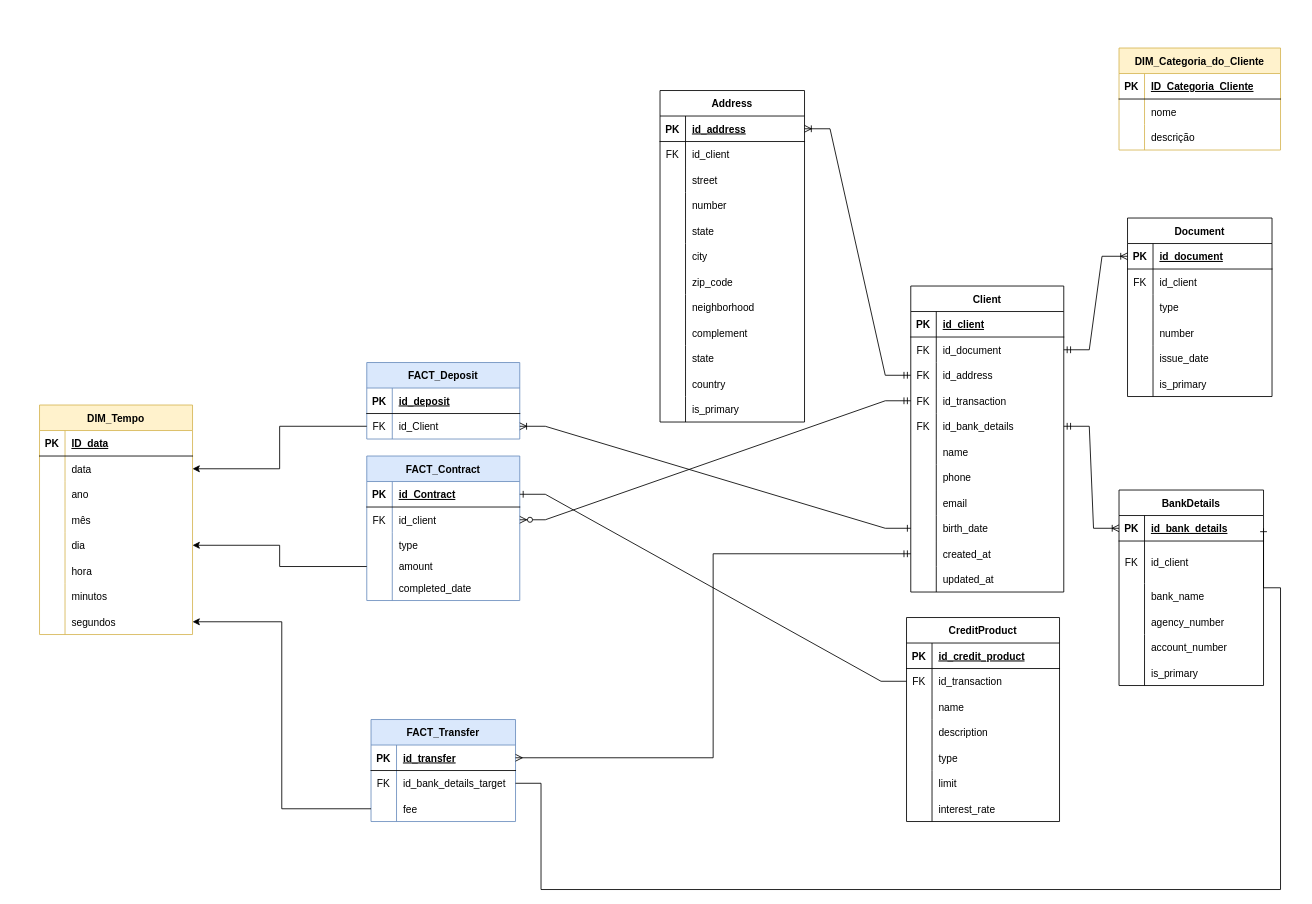
This is parte-1-v0.2.drawio from AnthonyMoura/random, a draw.io file, before an edit. Source tidied: cells renumbered, new cells numbered last; positions are measured from the earlier drawing's top-left corner, leaving out a move shared by most shapes. Both pictures are drawn from the tidied source at 85%, with x=0, y=0 at pixel (39, 48).
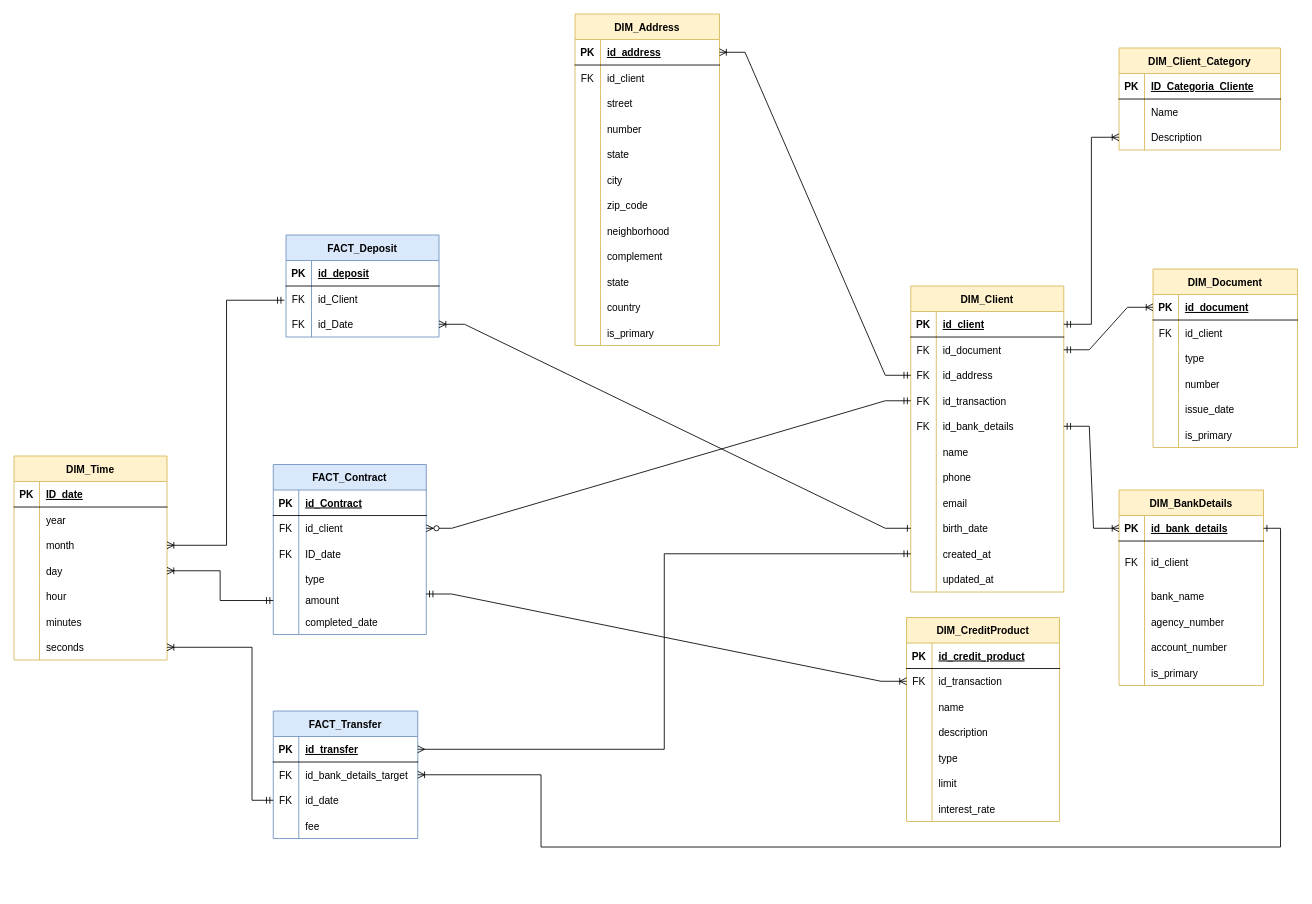
The same page after the edit.

The change refers to these unchanged cells:
```xml
<mxCell id="3" style="shape=tableRow;horizontal=0;startSize=0;swimlaneHead=0;swimlaneBody=0;fillColor=none;points=[[0,0.5],[1,0.5]];portConstraint=eastwest;top=0;left=0;right=0;bottom=1;" parent="2" vertex="1">
  <mxGeometry y="30" width="180" height="30" as="geometry" />
</mxCell>
<mxCell id="12" style="shape=tableRow;horizontal=0;startSize=0;swimlaneHead=0;swimlaneBody=0;fillColor=none;points=[[0,0.5],[1,0.5]];portConstraint=eastwest;top=0;left=0;right=0;bottom=0;" parent="2" vertex="1">
  <mxGeometry y="120" width="180" height="30" as="geometry" />
</mxCell>
<mxCell id="47" style="shape=tableRow;horizontal=0;startSize=0;swimlaneHead=0;swimlaneBody=0;fillColor=none;points=[[0,0.5],[1,0.5]];portConstraint=eastwest;top=0;left=0;right=0;bottom=0;" parent="43" vertex="1">
  <mxGeometry y="60" width="180" height="30" as="geometry" />
</mxCell>
<mxCell id="66" style="shape=tableRow;horizontal=0;startSize=0;swimlaneHead=0;swimlaneBody=0;fillColor=none;points=[[0,0.5],[1,0.5]];portConstraint=eastwest;top=0;left=0;right=0;bottom=1;" parent="65" vertex="1">
  <mxGeometry y="30" width="180" height="30" as="geometry" />
</mxCell>
<mxCell id="69" style="shape=tableRow;horizontal=0;startSize=0;swimlaneHead=0;swimlaneBody=0;fillColor=none;points=[[0,0.5],[1,0.5]];portConstraint=eastwest;top=0;left=0;right=0;bottom=0;" parent="65" vertex="1">
  <mxGeometry y="60" width="180" height="30" as="geometry" />
</mxCell>
<mxCell id="85" style="shape=tableRow;horizontal=0;startSize=0;swimlaneHead=0;swimlaneBody=0;fillColor=none;points=[[0,0.5],[1,0.5]];portConstraint=eastwest;top=0;left=0;right=0;bottom=0;" parent="81" vertex="1">
  <mxGeometry y="60" width="170" height="30" as="geometry" />
</mxCell>
<mxCell id="148" style="shape=tableRow;horizontal=0;startSize=0;swimlaneHead=0;swimlaneBody=0;fillColor=none;points=[[0,0.5],[1,0.5]];portConstraint=eastwest;top=0;left=0;right=0;bottom=1;" parent="147" vertex="1">
  <mxGeometry y="30" width="170" height="30" as="geometry" />
</mxCell>
<mxCell id="174" style="shape=tableRow;horizontal=0;startSize=0;swimlaneHead=0;swimlaneBody=0;fillColor=none;top=0;left=0;right=0;bottom=1;" parent="173" vertex="1">
  <mxGeometry y="30" width="180" height="30" as="geometry" />
</mxCell>
<mxCell id="203" style="shape=tableRow;horizontal=0;startSize=0;swimlaneHead=0;swimlaneBody=0;fillColor=none;top=0;left=0;right=0;bottom=0;" parent="199" vertex="1">
  <mxGeometry y="60" width="190" height="30" as="geometry" />
</mxCell>
<mxCell id="206" style="shape=tableRow;horizontal=0;startSize=0;swimlaneHead=0;swimlaneBody=0;fillColor=none;points=[[0,0.5],[1,0.5]];portConstraint=eastwest;top=0;left=0;right=0;bottom=0;" parent="199" vertex="1">
  <mxGeometry y="90" width="190" height="30" as="geometry" />
</mxCell>
```

The edit, as a diff of the source:
```diff
@@
-    <mxCell id="2" value="Client" style="shape=table;startSize=30;childLayout=tableLayout;rowLines=0;fontStyle=1;align=center;" parent="1" vertex="1">
+    <mxCell id="2" value="DIM_Client" style="shape=table;startSize=30;childLayout=tableLayout;rowLines=0;fontStyle=1;align=center;fillColor=#fff2cc;strokeColor=#d6b656;" parent="1" vertex="1">
       <mxGeometry x="1025" y="280" width="180" height="360" as="geometry" />
     </mxCell>
@@
     <mxCell id="36" value="FACT_Deposit" style="shape=table;startSize=30;childLayout=tableLayout;rowLines=0;fontStyle=1;align=center;fillColor=#dae8fc;strokeColor=#6c8ebf;" parent="1" vertex="1">
-      <mxGeometry x="385" y="370" width="180" height="90" as="geometry" />
+      <mxGeometry x="290" y="220" width="180" height="120" as="geometry" />
     </mxCell>
@@
+    <mxCell id="177" style="shape=tableRow;horizontal=0;startSize=0;swimlaneHead=0;swimlaneBody=0;fillColor=none;points=[[0,0.5],[1,0.5]];portConstraint=eastwest;top=0;left=0;right=0;bottom=0;" parent="36" vertex="1">
+      <mxGeometry y="60" width="180" height="30" as="geometry" />
+    </mxCell>
+    <mxCell id="212" value="FK" style="shape=partialRectangle;fillColor=none;top=0;left=0;bottom=0;right=0;overflow=hidden;" parent="177" vertex="1">
+      <mxGeometry width="30" height="30" as="geometry" />
+    </mxCell>
+    <mxCell id="213" value="id_Client" style="shape=partialRectangle;fillColor=none;top=0;left=0;bottom=0;right=0;align=left;spacingLeft=6;overflow=hidden;" parent="177" vertex="1">
+      <mxGeometry x="30" width="150" height="30" as="geometry" />
+    </mxCell>
     <mxCell id="40" style="shape=tableRow;horizontal=0;startSize=0;swimlaneHead=0;swimlaneBody=0;fillColor=none;points=[[0,0.5],[1,0.5]];portConstraint=eastwest;top=0;left=0;right=0;bottom=0;" parent="36" vertex="1">
-      <mxGeometry y="60" width="180" height="30" as="geometry" />
+      <mxGeometry y="90" width="180" height="30" as="geometry" />
     </mxCell>
@@
-    <mxCell id="42" value="id_Client" style="shape=partialRectangle;fillColor=none;top=0;left=0;bottom=0;right=0;align=left;spacingLeft=6;overflow=hidden;" parent="40" vertex="1">
+    <mxCell id="42" value="id_Date" style="shape=partialRectangle;fillColor=none;top=0;left=0;bottom=0;right=0;align=left;spacingLeft=6;overflow=hidden;" parent="40" vertex="1">
       <mxGeometry x="30" width="150" height="30" as="geometry" />
     </mxCell>
-    <mxCell id="43" value="CreditProduct" style="shape=table;startSize=30;childLayout=tableLayout;rowLines=0;fontStyle=1;align=center;" parent="1" vertex="1">
+    <mxCell id="43" value="DIM_CreditProduct" style="shape=table;startSize=30;childLayout=tableLayout;rowLines=0;fontStyle=1;align=center;fillColor=#fff2cc;strokeColor=#d6b656;" parent="1" vertex="1">
       <mxGeometry x="1020" y="670" width="180" height="240" as="geometry" />
     </mxCell>
@@
     <mxCell id="65" value="FACT_Contract" style="shape=table;startSize=30;childLayout=tableLayout;rowLines=0;fontStyle=1;align=center;fillColor=#dae8fc;strokeColor=#6c8ebf;" parent="1" vertex="1">
-      <mxGeometry x="385" y="480" width="180" height="170" as="geometry" />
+      <mxGeometry x="275" y="490" width="180" height="200" as="geometry" />
     </mxCell>
@@
+    <mxCell id="214" style="shape=tableRow;horizontal=0;startSize=0;swimlaneHead=0;swimlaneBody=0;fillColor=none;top=0;left=0;right=0;bottom=0;" parent="65" vertex="1">
+      <mxGeometry y="90" width="180" height="30" as="geometry" />
+    </mxCell>
+    <mxCell id="215" value="FK" style="shape=partialRectangle;fillColor=none;top=0;left=0;bottom=0;right=0;overflow=hidden;" parent="214" vertex="1">
+      <mxGeometry width="30" height="30" as="geometry" />
+    </mxCell>
+    <mxCell id="216" value="ID_date" style="shape=partialRectangle;fillColor=none;top=0;left=0;bottom=0;right=0;align=left;spacingLeft=6;overflow=hidden;" parent="214" vertex="1">
+      <mxGeometry x="30" width="150" height="30" as="geometry" />
+    </mxCell>
     <mxCell id="72" style="shape=tableRow;horizontal=0;startSize=0;swimlaneHead=0;swimlaneBody=0;fillColor=none;top=0;left=0;right=0;bottom=0;" parent="65" vertex="1">
-      <mxGeometry y="90" width="180" height="30" as="geometry" />
+      <mxGeometry y="120" width="180" height="30" as="geometry" />
     </mxCell>
@@
     <mxCell id="75" style="shape=tableRow;horizontal=0;startSize=0;swimlaneHead=0;swimlaneBody=0;fillColor=none;points=[[0,0.5],[1,0.5]];portConstraint=eastwest;top=0;left=0;right=0;bottom=0;" parent="65" vertex="1">
-      <mxGeometry y="120" width="180" height="20" as="geometry" />
+      <mxGeometry y="150" width="180" height="20" as="geometry" />
     </mxCell>
@@
     <mxCell id="78" style="shape=tableRow;horizontal=0;startSize=0;swimlaneHead=0;swimlaneBody=0;fillColor=none;top=0;left=0;right=0;bottom=0;" parent="65" vertex="1">
-      <mxGeometry y="140" width="180" height="30" as="geometry" />
+      <mxGeometry y="170" width="180" height="30" as="geometry" />
     </mxCell>
@@
     <mxCell id="81" value="FACT_Transfer" style="shape=table;startSize=30;childLayout=tableLayout;rowLines=0;fontStyle=1;align=center;fillColor=#dae8fc;strokeColor=#6c8ebf;" parent="1" vertex="1">
-      <mxGeometry x="390" y="790" width="170" height="120" as="geometry" />
+      <mxGeometry x="275" y="780" width="170" height="150" as="geometry" />
     </mxCell>
@@
+    <mxCell id="217" style="shape=tableRow;horizontal=0;startSize=0;swimlaneHead=0;swimlaneBody=0;fillColor=none;points=[[0,0.5],[1,0.5]];portConstraint=eastwest;top=0;left=0;right=0;bottom=0;" parent="81" vertex="1">
+      <mxGeometry y="90" width="170" height="30" as="geometry" />
+    </mxCell>
+    <mxCell id="218" value="FK" style="shape=partialRectangle;fillColor=none;top=0;left=0;bottom=0;right=0;overflow=hidden;" parent="217" vertex="1">
+      <mxGeometry width="30" height="30" as="geometry" />
+    </mxCell>
+    <mxCell id="219" value="id_date" style="shape=partialRectangle;fillColor=none;top=0;left=0;bottom=0;right=0;align=left;spacingLeft=6;overflow=hidden;" parent="217" vertex="1">
+      <mxGeometry x="30" width="140" height="30" as="geometry" />
+    </mxCell>
     <mxCell id="88" style="shape=tableRow;horizontal=0;startSize=0;swimlaneHead=0;swimlaneBody=0;fillColor=none;points=[[0,0.5],[1,0.5]];portConstraint=eastwest;top=0;left=0;right=0;bottom=0;" parent="81" vertex="1">
-      <mxGeometry y="90" width="170" height="30" as="geometry" />
+      <mxGeometry y="120" width="170" height="30" as="geometry" />
     </mxCell>
@@
-    <mxCell id="91" value="Address" style="shape=table;startSize=30;childLayout=tableLayout;rowLines=0;fontStyle=1;align=center;" parent="1" vertex="1">
-      <mxGeometry x="730" y="50" width="170" height="390" as="geometry" />
+    <mxCell id="91" value="DIM_Address" style="shape=table;startSize=30;childLayout=tableLayout;rowLines=0;fontStyle=1;align=center;fillColor=#fff2cc;strokeColor=#d6b656;" parent="1" vertex="1">
+      <mxGeometry x="630" y="-40" width="170" height="390" as="geometry" />
     </mxCell>
@@
-    <mxCell id="128" value="Document" style="shape=table;startSize=30;childLayout=tableLayout;rowLines=0;fontStyle=1;align=center;" parent="1" vertex="1">
-      <mxGeometry x="1280" y="200" width="170" height="210" as="geometry" />
+    <mxCell id="128" value="DIM_Document" style="shape=table;startSize=30;childLayout=tableLayout;rowLines=0;fontStyle=1;align=center;fillColor=#fff2cc;strokeColor=#d6b656;" parent="1" vertex="1">
+      <mxGeometry x="1310" y="260" width="170" height="210" as="geometry" />
     </mxCell>
@@
-    <mxCell id="147" value="BankDetails" style="shape=table;startSize=30;childLayout=tableLayout;rowLines=0;fontStyle=1;align=center;" parent="1" vertex="1">
+    <mxCell id="147" value="DIM_BankDetails" style="shape=table;startSize=30;childLayout=tableLayout;rowLines=0;fontStyle=1;align=center;fillColor=#fff2cc;strokeColor=#d6b656;" parent="1" vertex="1">
       <mxGeometry x="1270" y="520" width="170" height="230" as="geometry" />
     </mxCell>
@@
-    <mxCell id="169" style="edgeStyle=entityRelationEdgeStyle;fontSize=12;html=1;endArrow=ERzeroToMany;startArrow=ERmandOne;rounded=0;" parent="1" edge="1" source="12" target="69">
+    <mxCell id="169" style="edgeStyle=entityRelationEdgeStyle;fontSize=12;html=1;endArrow=ERzeroToMany;startArrow=ERmandOne;rounded=0;entryX=1;entryY=0.5;entryDx=0;entryDy=0;" parent="1" edge="1" source="12" target="69">
       <mxGeometry relative="1" as="geometry" />
     </mxCell>
@@
-    <mxCell id="171" style="edgeStyle=entityRelationEdgeStyle;fontSize=12;html=1;endArrow=ERone;endFill=1;rounded=0;" parent="1" edge="1" source="47" target="66">
+    <mxCell id="171" style="edgeStyle=entityRelationEdgeStyle;fontSize=12;html=1;endArrow=ERmandOne;endFill=0;rounded=0;entryX=0.999;entryY=0.117;entryDx=0;entryDy=0;entryPerimeter=0;startArrow=ERoneToMany;startFill=0;" parent="1" edge="1" source="47" target="75">
       <mxGeometry relative="1" as="geometry" />
     </mxCell>
-    <mxCell id="172" style="edgeStyle=orthogonalEdgeStyle;fontSize=12;html=1;endArrow=ERone;endFill=1;rounded=0;entryX=1;entryY=0.5;entryDx=0;entryDy=0;exitX=1;exitY=0.5;exitDx=0;exitDy=0;" parent="1" edge="1" source="85" target="148">
+    <mxCell id="172" style="edgeStyle=orthogonalEdgeStyle;fontSize=12;html=1;endArrow=ERone;endFill=1;rounded=0;entryX=1;entryY=0.5;entryDx=0;entryDy=0;exitX=1;exitY=0.5;exitDx=0;exitDy=0;startArrow=ERoneToMany;startFill=0;" parent="1" edge="1" source="85" target="148">
       <mxGeometry relative="1" as="geometry">
         <Array as="points">
-          <mxPoint x="590" y="865" />
-          <mxPoint x="590" y="990" />
-          <mxPoint x="1460" y="990" />
-          <mxPoint x="1460" y="635" />
-          <mxPoint x="1440" y="635" />
+          <mxPoint x="590" y="855" />
+          <mxPoint x="590" y="940" />
+          <mxPoint x="1460" y="940" />
+          <mxPoint x="1460" y="565" />
         </Array>
       </mxGeometry>
     </mxCell>
-    <mxCell id="173" value="DIM_Tempo" style="shape=table;startSize=30;childLayout=tableLayout;rowLines=0;fontStyle=1;align=center;fillColor=#fff2cc;strokeColor=#d6b656;" parent="1" vertex="1">
-      <mxGeometry y="420" width="180" height="270" as="geometry" />
+    <mxCell id="173" value="DIM_Time" style="shape=table;startSize=30;childLayout=tableLayout;rowLines=0;fontStyle=1;align=center;fillColor=#fff2cc;strokeColor=#d6b656;" parent="1" vertex="1">
+      <mxGeometry x="-30" y="480" width="180" height="240" as="geometry" />
     </mxCell>
@@
-    <mxCell id="176" value="ID_data" style="shape=partialRectangle;fillColor=none;top=0;left=0;bottom=0;right=0;align=left;spacingLeft=6;fontStyle=5;overflow=hidden;" parent="174" vertex="1">
+    <mxCell id="176" value="ID_date" style="shape=partialRectangle;fillColor=none;top=0;left=0;bottom=0;right=0;align=left;spacingLeft=6;fontStyle=5;overflow=hidden;" parent="174" vertex="1">
       <mxGeometry x="30" width="150" height="30" as="geometry" />
     </mxCell>
-    <mxCell id="177" style="shape=tableRow;horizontal=0;startSize=0;swimlaneHead=0;swimlaneBody=0;fillColor=none;points=[[0,0.5],[1,0.5]];portConstraint=eastwest;top=0;left=0;right=0;bottom=0;" parent="173" vertex="1">
-      <mxGeometry y="60" width="180" height="30" as="geometry" />
-    </mxCell>
-    <mxCell id="178" style="shape=partialRectangle;fillColor=none;top=0;left=0;bottom=0;right=0;overflow=hidden;" parent="177" vertex="1">
-      <mxGeometry width="30" height="30" as="geometry" />
-    </mxCell>
-    <mxCell id="179" value="data" style="shape=partialRectangle;fillColor=none;top=0;left=0;bottom=0;right=0;align=left;spacingLeft=6;overflow=hidden;" parent="177" vertex="1">
-      <mxGeometry x="30" width="150" height="30" as="geometry" />
-    </mxCell>
     <mxCell id="180" style="shape=tableRow;horizontal=0;startSize=0;swimlaneHead=0;swimlaneBody=0;fillColor=none;top=0;left=0;right=0;bottom=0;" parent="173" vertex="1">
-      <mxGeometry y="90" width="180" height="30" as="geometry" />
+      <mxGeometry y="60" width="180" height="30" as="geometry" />
     </mxCell>
@@
-    <mxCell id="182" value="ano" style="shape=partialRectangle;fillColor=none;top=0;left=0;bottom=0;right=0;align=left;spacingLeft=6;overflow=hidden;" parent="180" vertex="1">
+    <mxCell id="182" value="year" style="shape=partialRectangle;fillColor=none;top=0;left=0;bottom=0;right=0;align=left;spacingLeft=6;overflow=hidden;" parent="180" vertex="1">
       <mxGeometry x="30" width="150" height="30" as="geometry" />
     </mxCell>
     <mxCell id="183" style="shape=tableRow;horizontal=0;startSize=0;swimlaneHead=0;swimlaneBody=0;fillColor=none;points=[[0,0.5],[1,0.5]];portConstraint=eastwest;top=0;left=0;right=0;bottom=0;" parent="173" vertex="1">
-      <mxGeometry y="120" width="180" height="30" as="geometry" />
+      <mxGeometry y="90" width="180" height="30" as="geometry" />
     </mxCell>
@@
-    <mxCell id="185" value="mês" style="shape=partialRectangle;fillColor=none;top=0;left=0;bottom=0;right=0;align=left;spacingLeft=6;overflow=hidden;" parent="183" vertex="1">
+    <mxCell id="185" value="month" style="shape=partialRectangle;fillColor=none;top=0;left=0;bottom=0;right=0;align=left;spacingLeft=6;overflow=hidden;" parent="183" vertex="1">
       <mxGeometry x="30" width="150" height="30" as="geometry" />
     </mxCell>
     <mxCell id="186" style="shape=tableRow;horizontal=0;startSize=0;swimlaneHead=0;swimlaneBody=0;fillColor=none;points=[[0,0.5],[1,0.5]];portConstraint=eastwest;top=0;left=0;right=0;bottom=0;" parent="173" vertex="1">
-      <mxGeometry y="150" width="180" height="30" as="geometry" />
+      <mxGeometry y="120" width="180" height="30" as="geometry" />
     </mxCell>
@@
-    <mxCell id="188" value="dia" style="shape=partialRectangle;fillColor=none;top=0;left=0;bottom=0;right=0;align=left;spacingLeft=6;overflow=hidden;" parent="186" vertex="1">
+    <mxCell id="188" value="day" style="shape=partialRectangle;fillColor=none;top=0;left=0;bottom=0;right=0;align=left;spacingLeft=6;overflow=hidden;" parent="186" vertex="1">
       <mxGeometry x="30" width="150" height="30" as="geometry" />
     </mxCell>
     <mxCell id="189" style="shape=tableRow;horizontal=0;startSize=0;swimlaneHead=0;swimlaneBody=0;fillColor=none;top=0;left=0;right=0;bottom=0;" parent="173" vertex="1">
-      <mxGeometry y="180" width="180" height="30" as="geometry" />
+      <mxGeometry y="150" width="180" height="30" as="geometry" />
     </mxCell>
@@
-    <mxCell id="191" value="hora" style="shape=partialRectangle;fillColor=none;top=0;left=0;bottom=0;right=0;align=left;spacingLeft=6;overflow=hidden;" parent="189" vertex="1">
+    <mxCell id="191" value="hour" style="shape=partialRectangle;fillColor=none;top=0;left=0;bottom=0;right=0;align=left;spacingLeft=6;overflow=hidden;" parent="189" vertex="1">
       <mxGeometry x="30" width="150" height="30" as="geometry" />
     </mxCell>
     <mxCell id="192" style="shape=tableRow;horizontal=0;startSize=0;swimlaneHead=0;swimlaneBody=0;fillColor=none;top=0;left=0;right=0;bottom=0;" parent="173" vertex="1">
-      <mxGeometry y="210" width="180" height="30" as="geometry" />
+      <mxGeometry y="180" width="180" height="30" as="geometry" />
     </mxCell>
@@
-    <mxCell id="194" value="minutos" style="shape=partialRectangle;fillColor=none;top=0;left=0;bottom=0;right=0;align=left;spacingLeft=6;overflow=hidden;" parent="192" vertex="1">
+    <mxCell id="194" value="minutes" style="shape=partialRectangle;fillColor=none;top=0;left=0;bottom=0;right=0;align=left;spacingLeft=6;overflow=hidden;" parent="192" vertex="1">
       <mxGeometry x="30" width="150" height="30" as="geometry" />
     </mxCell>
     <mxCell id="195" style="shape=tableRow;horizontal=0;startSize=0;swimlaneHead=0;swimlaneBody=0;fillColor=none;points=[[0,0.5],[1,0.5]];portConstraint=eastwest;top=0;left=0;right=0;bottom=0;" parent="173" vertex="1">
-      <mxGeometry y="240" width="180" height="30" as="geometry" />
+      <mxGeometry y="210" width="180" height="30" as="geometry" />
     </mxCell>
@@
-    <mxCell id="197" value="segundos" style="shape=partialRectangle;fillColor=none;top=0;left=0;bottom=0;right=0;align=left;spacingLeft=6;overflow=hidden;" parent="195" vertex="1">
+    <mxCell id="197" value="seconds" style="shape=partialRectangle;fillColor=none;top=0;left=0;bottom=0;right=0;align=left;spacingLeft=6;overflow=hidden;" parent="195" vertex="1">
       <mxGeometry x="30" width="150" height="30" as="geometry" />
     </mxCell>
@@
-    <mxCell id="199" value="DIM_Categoria_do_Cliente" style="shape=table;startSize=30;childLayout=tableLayout;rowLines=0;fontStyle=1;align=center;fillColor=#fff2cc;strokeColor=#d6b656;" parent="1" vertex="1">
+    <mxCell id="199" value="DIM_Client_Category" style="shape=table;startSize=30;childLayout=tableLayout;rowLines=0;fontStyle=1;align=center;fillColor=#fff2cc;strokeColor=#d6b656;" parent="1" vertex="1">
       <mxGeometry x="1270" width="190" height="120" as="geometry" />
     </mxCell>
@@
-    <mxCell id="205" value="nome" style="shape=partialRectangle;fillColor=none;top=0;left=0;bottom=0;right=0;align=left;spacingLeft=6;overflow=hidden;" parent="203" vertex="1">
+    <mxCell id="205" value="Name" style="shape=partialRectangle;fillColor=none;top=0;left=0;bottom=0;right=0;align=left;spacingLeft=6;overflow=hidden;" parent="203" vertex="1">
       <mxGeometry x="30" width="160" height="30" as="geometry" />
     </mxCell>
@@
-    <mxCell id="208" value="descrição" style="shape=partialRectangle;fillColor=none;top=0;left=0;bottom=0;right=0;align=left;spacingLeft=6;overflow=hidden;" parent="206" vertex="1">
+    <mxCell id="208" value="Description" style="shape=partialRectangle;fillColor=none;top=0;left=0;bottom=0;right=0;align=left;spacingLeft=6;overflow=hidden;" parent="206" vertex="1">
       <mxGeometry x="30" width="160" height="30" as="geometry" />
     </mxCell>
-    <mxCell id="209" style="edgeStyle=orthogonalEdgeStyle;rounded=0;jettySize=auto;html=1;exitX=0;exitY=0.5;exitDx=0;exitDy=0;entryX=1;entryY=0.5;entryDx=0;entryDy=0;" parent="1" edge="1" source="40" target="177">
+    <mxCell id="209" style="edgeStyle=orthogonalEdgeStyle;rounded=0;jettySize=auto;html=1;entryX=1;entryY=0.5;entryDx=0;entryDy=0;startArrow=ERmandOne;startFill=0;endArrow=ERoneToMany;endFill=0;exitX=-0.011;exitY=0.557;exitDx=0;exitDy=0;exitPerimeter=0;" parent="1" edge="1" source="177" target="183">
       <mxGeometry relative="1" as="geometry" />
     </mxCell>
-    <mxCell id="210" style="edgeStyle=orthogonalEdgeStyle;rounded=0;jettySize=auto;html=1;exitX=0;exitY=0.5;exitDx=0;exitDy=0;entryX=1;entryY=0.5;entryDx=0;entryDy=0;" parent="1" edge="1" source="75" target="186">
+    <mxCell id="210" style="edgeStyle=orthogonalEdgeStyle;rounded=0;jettySize=auto;html=1;exitX=0;exitY=0.5;exitDx=0;exitDy=0;entryX=1;entryY=0.5;entryDx=0;entryDy=0;startArrow=ERmandOne;startFill=0;endArrow=ERoneToMany;endFill=0;" parent="1" edge="1" source="75" target="186">
       <mxGeometry relative="1" as="geometry" />
     </mxCell>
-    <mxCell id="211" style="edgeStyle=orthogonalEdgeStyle;rounded=0;jettySize=auto;html=1;exitX=0;exitY=0.5;exitDx=0;exitDy=0;entryX=1;entryY=0.5;entryDx=0;entryDy=0;" parent="1" edge="1" source="88" target="195">
-      <mxGeometry relative="1" as="geometry" />
+    <mxCell id="211" style="edgeStyle=orthogonalEdgeStyle;rounded=0;jettySize=auto;html=1;exitX=0;exitY=0.5;exitDx=0;exitDy=0;startArrow=ERmandOne;startFill=0;endArrow=ERoneToMany;endFill=0;" parent="1" edge="1" source="217">
+      <mxGeometry relative="1" as="geometry">
+        <mxPoint x="150" y="705" as="targetPoint" />
+        <Array as="points">
+          <mxPoint x="250" y="885" />
+          <mxPoint x="250" y="705" />
+        </Array>
+      </mxGeometry>
     </mxCell>
+    <mxCell id="220" style="edgeStyle=orthogonalEdgeStyle;rounded=0;jettySize=auto;html=1;exitX=0;exitY=0.5;exitDx=0;exitDy=0;entryX=1;entryY=0.5;entryDx=0;entryDy=0;endArrow=ERmandOne;endFill=0;startArrow=ERoneToMany;startFill=0;" parent="1" edge="1" source="206" target="3">
+      <mxGeometry relative="1" as="geometry" />
+    </mxCell>
```
